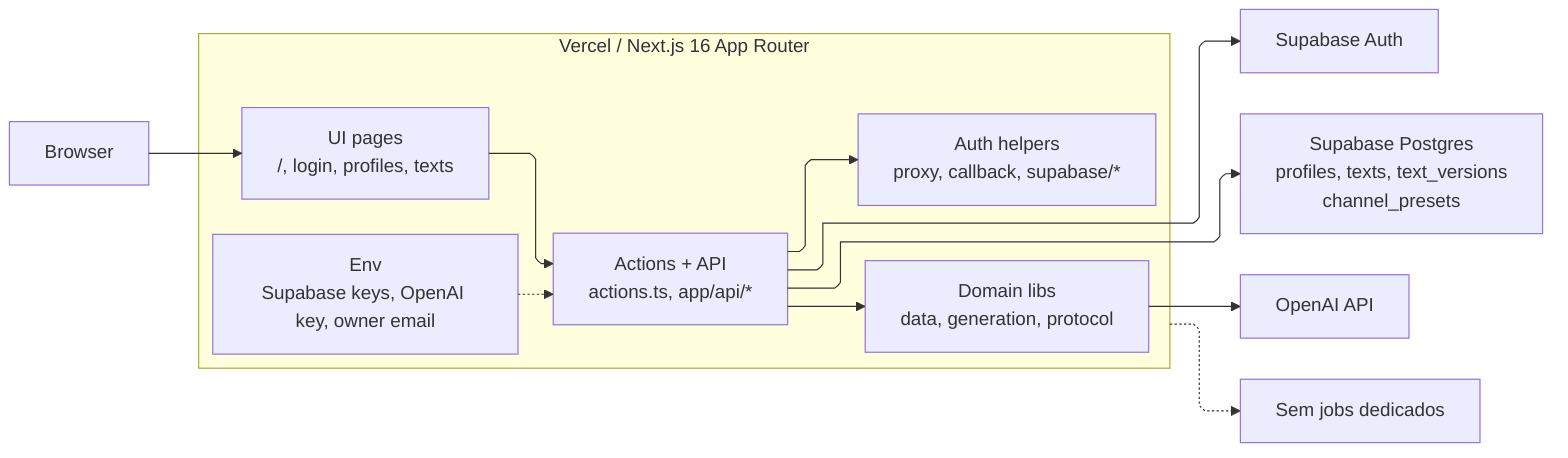
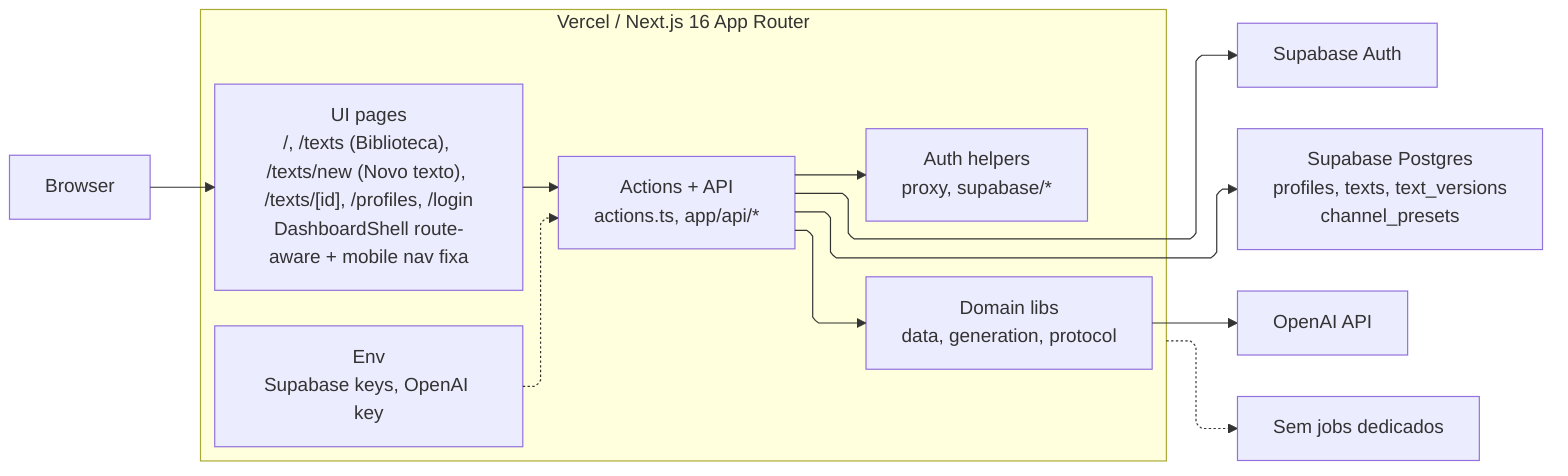
%%{init: {'flowchart': {'defaultRenderer': 'elk', 'curve': 'linear'}} }%%
flowchart LR
  B["Browser"] --> UI

  subgraph V["Vercel / Next.js 16 App Router"]
-     UI["UI pages<br/>/, login, profiles, texts"]
+     UI["UI pages<br/>/, /texts (Biblioteca), /texts/new (Novo texto), /texts/[id], /profiles, /login<br/>DashboardShell route-aware + mobile nav fixa"]
    SA["Actions + API<br/>actions.ts, app/api/*"]
-     AH["Auth helpers<br/>proxy, callback, supabase/*"]
+     AH["Auth helpers<br/>proxy, supabase/*"]
    LD["Domain libs<br/>data, generation, protocol"]
-     ENV["Env<br/>Supabase keys, OpenAI key, owner email"]
+     ENV["Env<br/>Supabase keys, OpenAI key"]
  end

  SA --> AH
  SA --> LD
  ENV -.-> SA
  SA --> AUTH
  SA --> DB
  LD --> AI
  UI --> SA

  DB["Supabase Postgres<br/>profiles, texts, text_versions<br/>channel_presets"]
  AUTH["Supabase Auth"]
  AI["OpenAI API"]
  JOB["Sem jobs dedicados"]

  V -.-> JOB
